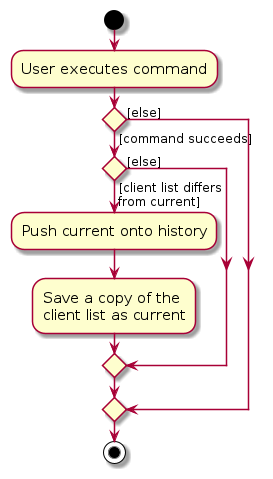
Above: diagrams/CommitActivityDiagram.png in AY2627S1-CS2103T-T08-4/tp (PlantUML), before the change. Its source is kept beside it as diagrams/CommitActivityDiagram.puml.
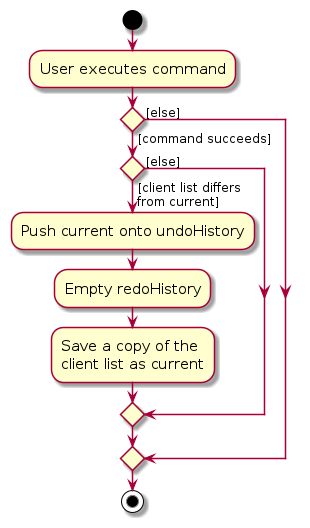
The same diagram one commit later.

The edit, as a diff of the source:
```diff
@@ -9,7 +9,8 @@
 if () then ([command succeeds])
     if () then ([client list differs
 from current])
-        :Push current onto history;
+        :Push current onto undoHistory;
+        :Empty redoHistory;
         :Save a copy of the
         client list as current;
     else ([else])
```
